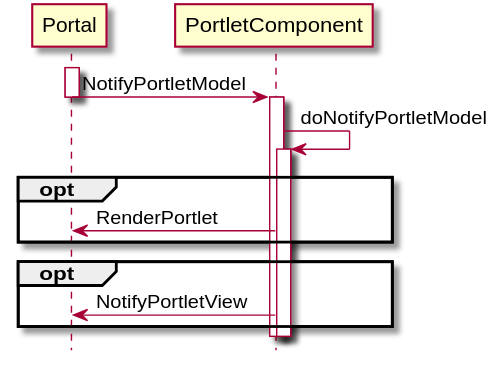
Earlier version of the PlantUML export javadoc-webconsole/org/jgrapes/webcon/base/NotifyPortletModelHandling.svg (mnlipp/jgrapes).
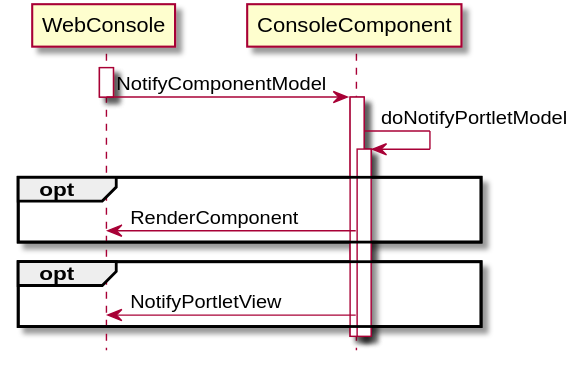
After the change.

Diff of the diagram source:
```diff
@@ -1,20 +1,20 @@
 @startuml
 hide footbox
 
- activate Portal
- Portal -> PortletComponent: NotifyPortletModel
- deactivate Portal
- activate PortletComponent
- PortletComponent -> PortletComponent: doNotifyPortletModel
- activate PortletComponent
+ activate WebConsole
+ WebConsole -> ConsoleComponent: NotifyComponentModel
+ deactivate WebConsole
+ activate ConsoleComponent
+ ConsoleComponent -> ConsoleComponent: doNotifyPortletModel
+ activate ConsoleComponent
  opt
-     PortletComponent -> Portal: RenderPortlet
+     ConsoleComponent -> WebConsole: RenderComponent
  end opt
  opt
-     PortletComponent -> Portal: NotifyPortletView
+     ConsoleComponent -> WebConsole: NotifyPortletView
  end opt
- deactivate PortletComponent
- deactivate PortletComponent
- activate Portal
- deactivate Portal
+ deactivate ConsoleComponent
+ deactivate ConsoleComponent
+ activate WebConsole
+ deactivate WebConsole
 @enduml
```
